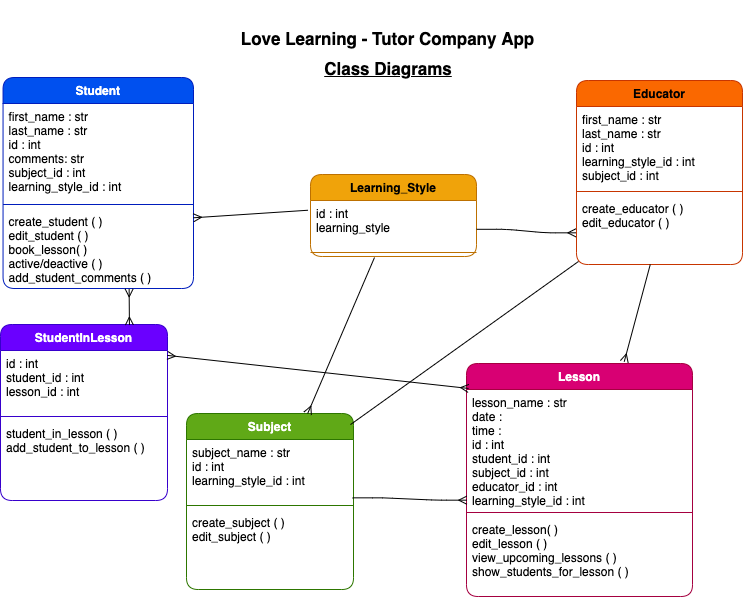
This is Planning/class_diagram_tutor_company.png from SdcBartram/LoveLearning_Tutor_Company_Project, a draw.io export, as it was before one commit. Source tidied: cells renumbered, new cells last; positions are measured from the earlier drawing's top-left corner, leaving out a move shared by most shapes.
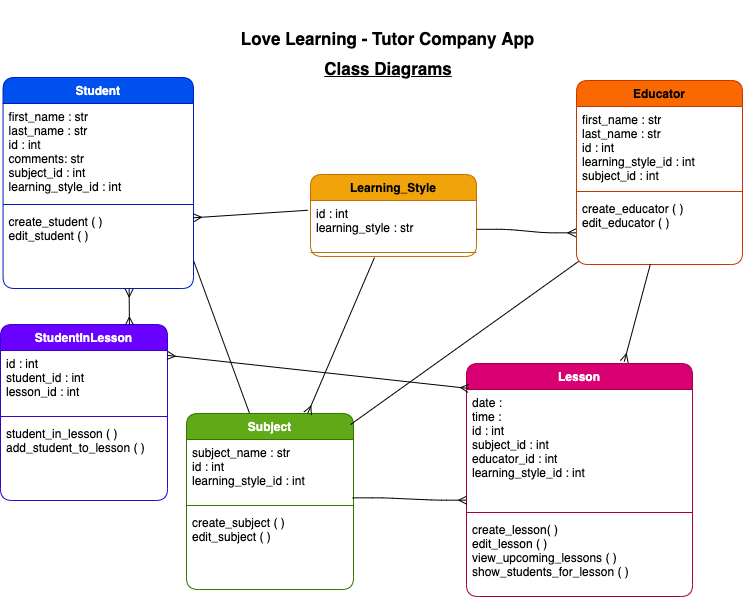
Later version of the same file.

Change to the diagram source:
```diff
@@ -11,7 +11,7 @@
     <mxCell id="4" style="line;strokeWidth=1;fillColor=none;align=left;verticalAlign=middle;spacingTop=-1;spacingLeft=3;spacingRight=3;labelPosition=right;strokeColor=inherit;rounded=1;fontColor=#000000;" parent="2" vertex="1">
       <mxGeometry y="123" width="190.4" height="8" as="geometry" />
     </mxCell>
-    <mxCell id="5" value="create_student ( )&#10;edit_student ( )&#10;book_lesson( )&#10;active/deactive ( )&#10;add_student_comments ( )&#10;" style="text;strokeColor=none;fillColor=none;align=left;verticalAlign=top;spacingLeft=4;spacingRight=4;overflow=hidden;points=[[0,0.5],[1,0.5]];portConstraint=eastwest;rounded=1;fontColor=#000000;" parent="2" vertex="1">
+    <mxCell id="5" value="create_student ( )&#10;edit_student ( )" style="text;strokeColor=none;fillColor=none;align=left;verticalAlign=top;spacingLeft=4;spacingRight=4;overflow=hidden;points=[[0,0.5],[1,0.5]];portConstraint=eastwest;rounded=1;fontColor=#000000;" parent="2" vertex="1">
       <mxGeometry y="131" width="190.4" height="80" as="geometry" />
     </mxCell>
     <mxCell id="6" value="&lt;p style=&quot;line-height: 160%; font-size: 17px;&quot;&gt;Love Learning - Tutor Company App&lt;/p&gt;" style="text;html=1;strokeColor=none;fillColor=none;align=center;verticalAlign=middle;whiteSpace=wrap;rounded=1;fontStyle=1;fontSize=17;fontColor=#000000;" parent="1" vertex="1">
@@ -47,7 +47,7 @@
     <mxCell id="16" value="Lesson" style="swimlane;fontStyle=1;align=center;verticalAlign=top;horizontal=1;startSize=26;rounded=1;fontColor=#ffffff;fillColor=#d80073;strokeColor=#A50040;" parent="1" vertex="1">
       <mxGeometry x="466" y="363" width="226" height="233" as="geometry" />
     </mxCell>
-    <mxCell id="17" value="lesson_name : str&#10;date : &#10;time : &#10;id : int&#10;student_id : int&#10;subject_id : int&#10;educator_id : int&#10;learning_style_id : int&#10;" style="text;strokeColor=none;fillColor=none;align=left;verticalAlign=top;spacingLeft=4;spacingRight=4;overflow=hidden;points=[[0,0.5],[1,0.5]];portConstraint=eastwest;rounded=1;fontColor=#000000;" parent="16" vertex="1">
+    <mxCell id="17" value="date : &#10;time : &#10;id : int&#10;subject_id : int&#10;educator_id : int&#10;learning_style_id : int&#10;" style="text;strokeColor=none;fillColor=none;align=left;verticalAlign=top;spacingLeft=4;spacingRight=4;overflow=hidden;points=[[0,0.5],[1,0.5]];portConstraint=eastwest;rounded=1;fontColor=#000000;" parent="16" vertex="1">
       <mxGeometry y="26" width="226" height="119" as="geometry" />
     </mxCell>
     <mxCell id="18" style="line;strokeWidth=1;fillColor=none;align=left;verticalAlign=middle;spacingTop=-1;spacingLeft=3;spacingRight=3;labelPosition=right;strokeColor=inherit;rounded=1;fontColor=#000000;" parent="16" vertex="1">
@@ -64,7 +64,7 @@
     <mxCell id="21" value="Learning_Style" style="swimlane;fontStyle=1;align=center;verticalAlign=top;horizontal=1;startSize=26;rounded=1;fillColor=#f0a30a;strokeColor=#BD7000;fontColor=#000000;" parent="1" vertex="1">
       <mxGeometry x="310" y="174" width="166" height="82" as="geometry" />
     </mxCell>
-    <mxCell id="22" value="id : int&#10;learning_style" style="text;strokeColor=none;fillColor=none;align=left;verticalAlign=top;spacingLeft=4;spacingRight=4;overflow=hidden;points=[[0,0.5],[1,0.5]];portConstraint=eastwest;rounded=1;fontColor=#000000;" parent="21" vertex="1">
+    <mxCell id="22" value="id : int&#10;learning_style : str" style="text;strokeColor=none;fillColor=none;align=left;verticalAlign=top;spacingLeft=4;spacingRight=4;overflow=hidden;points=[[0,0.5],[1,0.5]];portConstraint=eastwest;rounded=1;fontColor=#000000;" parent="21" vertex="1">
       <mxGeometry y="26" width="166" height="48" as="geometry" />
     </mxCell>
     <mxCell id="23" style="line;strokeWidth=1;fillColor=none;align=left;verticalAlign=middle;spacingTop=-1;spacingLeft=3;spacingRight=3;labelPosition=right;strokeColor=inherit;rounded=1;fontColor=#000000;" parent="21" vertex="1">
@@ -103,5 +103,10 @@
     <mxCell id="34" style="html=1;fontSize=17;startArrow=ERmany;startFill=0;endArrow=ERmany;endFill=0;fontColor=#000000;strokeColor=#000000;exitX=0.772;exitY=0.003;exitDx=0;exitDy=0;exitPerimeter=0;entryX=0.662;entryY=1.005;entryDx=0;entryDy=0;entryPerimeter=0;" parent="1" edge="1" source="29" target="5">
       <mxGeometry relative="1" as="geometry" />
     </mxCell>
+    <mxCell id="35" style="edgeStyle=none;html=1;endArrow=none;endFill=0;entryX=0.377;entryY=-0.002;entryDx=0;entryDy=0;entryPerimeter=0;strokeColor=#050505;" parent="1" edge="1" target="8">
+      <mxGeometry relative="1" as="geometry">
+        <mxPoint x="193" y="260" as="sourcePoint" />
+      </mxGeometry>
+    </mxCell>
   </root>
 </mxGraphModel>
```
